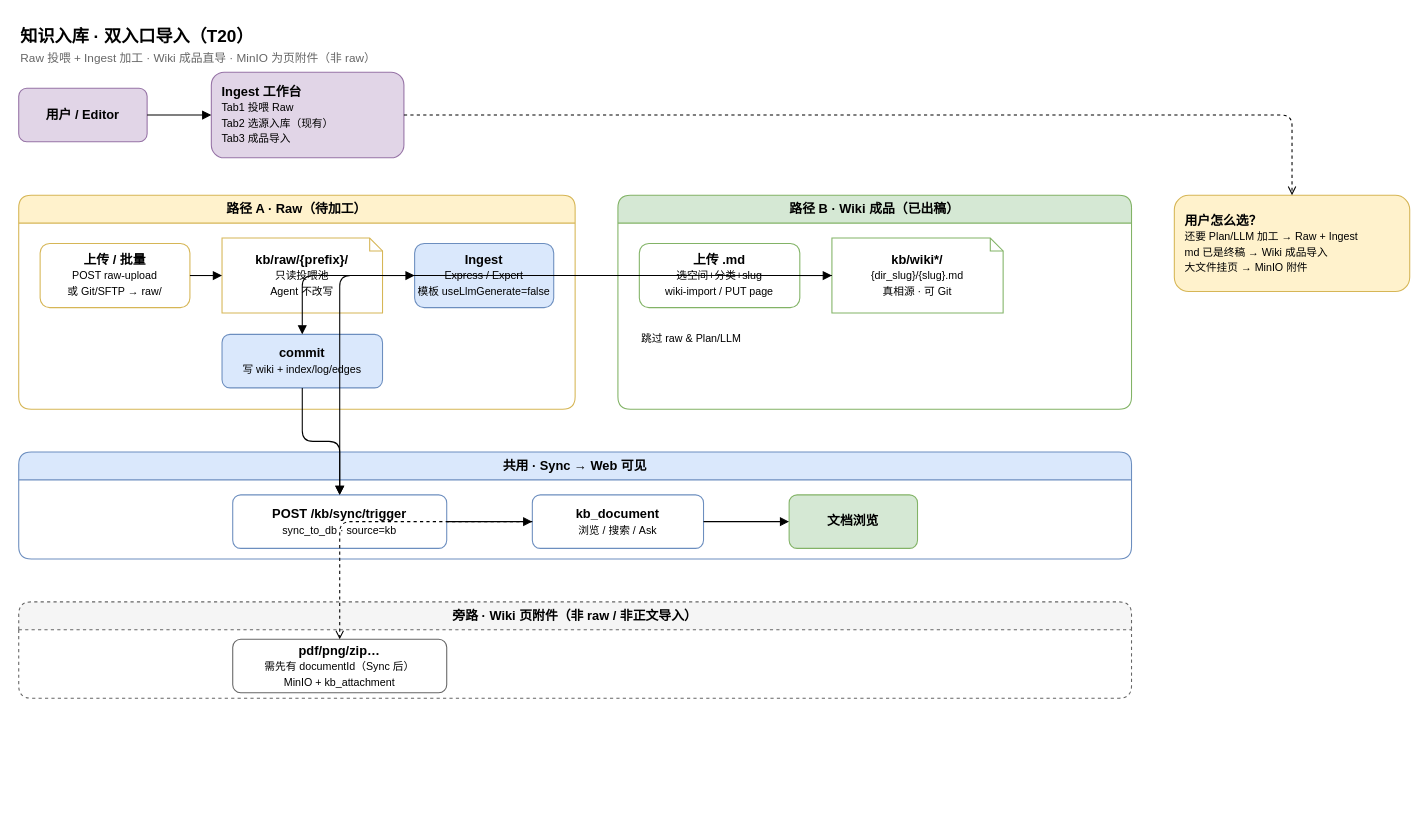
Before: docs/diagrams/moli-kb-import-entry.drawio in wujinsen/moli-project-distribute, a draw.io diagram. Source tidied: cells renumbered, new cells numbered last; positions are measured from the earlier drawing's top-left corner, leaving out a move shared by most shapes. Both pictures are drawn from the tidied source at 107%, with x=0, y=0 at pixel (18, 18).
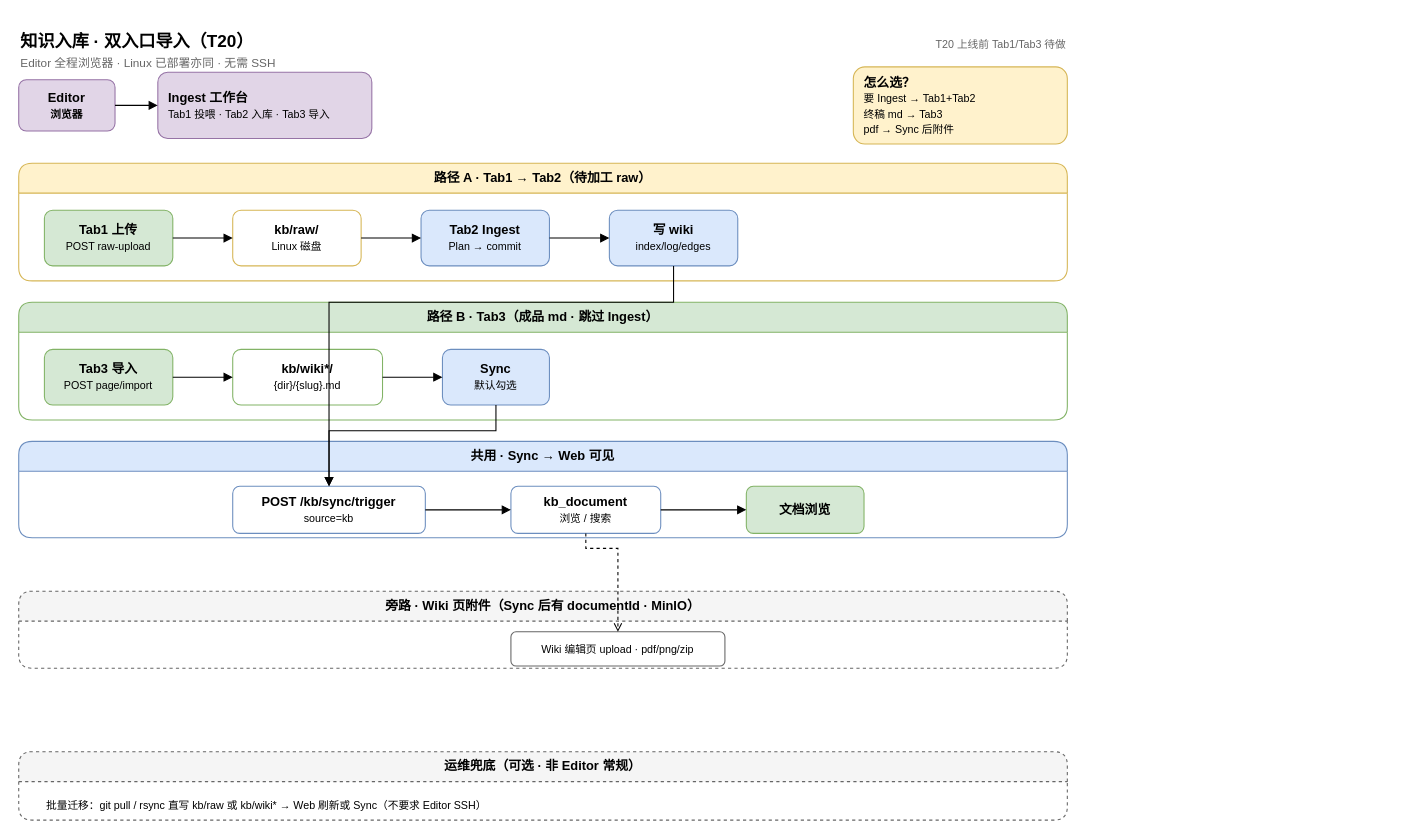
The same diagram, later.

Diff of the diagram source:
```diff
@@
-    <mxCell id="2" value="&lt;b&gt;知识入库 · 双入口导入（T20）&lt;/b&gt;&lt;br&gt;&lt;font style=&quot;font-size:11px;color:#666;&quot;&gt;Raw 投喂 + Ingest 加工 · Wiki 成品直导 · MinIO 为页附件（非 raw）&lt;/font&gt;" style="text;html=1;strokeColor=none;fillColor=none;align=left;verticalAlign=top;fontSize=16;" parent="1" vertex="1">
-      <mxGeometry width="720" height="45" as="geometry" />
+    <mxCell id="2" value="&lt;b&gt;知识入库 · 双入口导入（T20）&lt;/b&gt;&lt;br&gt;&lt;font style=&quot;font-size:11px;color:#666;&quot;&gt;Editor 全程浏览器 · Linux 已部署亦同 · 无需 SSH&lt;/font&gt;" style="text;html=1;strokeColor=none;fillColor=none;align=left;verticalAlign=top;fontSize=16;" parent="1" vertex="1">
+      <mxGeometry y="5" width="560" height="40" as="geometry" />
     </mxCell>
+    <mxCell id="32" value="&lt;font style=&quot;font-size:10px;color:#666;&quot;&gt;T20 上线前 Tab1/Tab3 待做&lt;/font&gt;" style="text;html=1;strokeColor=none;fillColor=none;align=right;" parent="1" vertex="1">
+      <mxGeometry x="780" y="10" width="200" height="24" as="geometry" />
+    </mxCell>
+    <mxCell id="30" value="&lt;b&gt;怎么选？&lt;/b&gt;&lt;br&gt;&lt;font style=&quot;font-size:10px;&quot;&gt;要 Ingest → Tab1+Tab2&lt;br&gt;终稿 md → Tab3&lt;br&gt;pdf → Sync 后附件&lt;/font&gt;" style="rounded=1;whiteSpace=wrap;html=1;fillColor=#fff2cc;strokeColor=#d6b656;align=left;spacingLeft=8;" parent="1" vertex="1">
+      <mxGeometry x="780" y="45" width="200" height="72" as="geometry" />
+    </mxCell>
-    <mxCell id="3" value="&lt;b&gt;用户 / Editor&lt;/b&gt;" style="rounded=1;whiteSpace=wrap;html=1;fillColor=#e1d5e7;strokeColor=#9673a6;fontStyle=1;" parent="1" vertex="1">
-      <mxGeometry y="65" width="120" height="50" as="geometry" />
+    <mxCell id="3" value="&lt;b&gt;Editor&lt;/b&gt;&lt;br&gt;&lt;font style=&quot;font-size:10px;&quot;&gt;浏览器&lt;/font&gt;" style="rounded=1;whiteSpace=wrap;html=1;fillColor=#e1d5e7;strokeColor=#9673a6;fontStyle=1;" parent="1" vertex="1">
+      <mxGeometry y="57" width="90" height="48" as="geometry" />
     </mxCell>
-    <mxCell id="4" value="&lt;b&gt;Ingest 工作台&lt;/b&gt;&lt;br&gt;&lt;font style=&quot;font-size:10px;&quot;&gt;Tab1 投喂 Raw&lt;br&gt;Tab2 选源入库（现有）&lt;br&gt;Tab3 成品导入&lt;/font&gt;" style="rounded=1;whiteSpace=wrap;html=1;fillColor=#e1d5e7;strokeColor=#9673a6;align=left;spacingLeft=8;" parent="1" vertex="1">
-      <mxGeometry x="180" y="50" width="180" height="80" as="geometry" />
+    <mxCell id="4" value="&lt;b&gt;Ingest 工作台&lt;/b&gt;&lt;br&gt;&lt;font style=&quot;font-size:10px;&quot;&gt;Tab1 投喂 · Tab2 入库 · Tab3 导入&lt;/font&gt;" style="rounded=1;whiteSpace=wrap;html=1;fillColor=#e1d5e7;strokeColor=#9673a6;align=left;spacingLeft=8;" parent="1" vertex="1">
+      <mxGeometry x="130" y="50" width="200" height="62" as="geometry" />
     </mxCell>
-    <mxCell id="5" style="edgeStyle=orthogonalEdgeStyle;rounded=0;endArrow=block;" parent="1" edge="1" source="3" target="4">
+    <mxCell id="5" style="edgeStyle=orthogonalEdgeStyle;endArrow=block;rounded=0;" parent="1" edge="1" source="3" target="4">
       <mxGeometry relative="1" as="geometry" />
     </mxCell>
-    <mxCell id="6" value="路径 A · Raw（待加工）" style="swimlane;whiteSpace=wrap;html=1;fillColor=#fff2cc;strokeColor=#d6b656;startSize=26;fontStyle=1;rounded=1;" parent="1" vertex="1">
-      <mxGeometry y="165" width="520" height="200" as="geometry" />
+    <mxCell id="6" value="路径 A · Tab1 → Tab2（待加工 raw）" style="swimlane;whiteSpace=wrap;html=1;fillColor=#fff2cc;strokeColor=#d6b656;startSize=28;fontStyle=1;rounded=1;" parent="1" vertex="1">
+      <mxGeometry y="135" width="980" height="110" as="geometry" />
     </mxCell>
-    <mxCell id="7" value="&lt;b&gt;上传 / 批量&lt;/b&gt;&lt;br&gt;&lt;font style=&quot;font-size:10px;&quot;&gt;POST raw-upload&lt;br&gt;或 Git/SFTP → raw/&lt;/font&gt;" style="rounded=1;whiteSpace=wrap;html=1;fillColor=#ffffff;strokeColor=#d6b656;" parent="6" vertex="1">
-      <mxGeometry x="20" y="45" width="140" height="60" as="geometry" />
+    <mxCell id="7" value="&lt;b&gt;Tab1 上传&lt;/b&gt;&lt;br&gt;&lt;font style=&quot;font-size:10px;&quot;&gt;POST raw-upload&lt;/font&gt;" style="rounded=1;whiteSpace=wrap;html=1;fillColor=#d5e8d4;strokeColor=#82b366;" parent="6" vertex="1">
+      <mxGeometry x="24" y="44" width="120" height="52" as="geometry" />
     </mxCell>
-    <mxCell id="8" value="&lt;b&gt;kb/raw/{prefix}/&lt;/b&gt;&lt;br&gt;&lt;font style=&quot;font-size:10px;&quot;&gt;只读投喂池&lt;br&gt;Agent 不改写&lt;/font&gt;" style="shape=note;whiteSpace=wrap;html=1;backgroundOutline=1;fillColor=#ffffff;strokeColor=#d6b656;size=12;" parent="6" vertex="1">
-      <mxGeometry x="190" y="40" width="150" height="70" as="geometry" />
+    <mxCell id="8" value="&lt;b&gt;kb/raw/&lt;/b&gt;&lt;br&gt;&lt;font style=&quot;font-size:10px;&quot;&gt;Linux 磁盘&lt;/font&gt;" style="rounded=1;whiteSpace=wrap;html=1;fillColor=#ffffff;strokeColor=#d6b656;" parent="6" vertex="1">
+      <mxGeometry x="200" y="44" width="120" height="52" as="geometry" />
     </mxCell>
-    <mxCell id="9" value="&lt;b&gt;Ingest&lt;/b&gt;&lt;br&gt;&lt;font style=&quot;font-size:10px;&quot;&gt;Express / Expert&lt;br&gt;模板 useLlmGenerate=false&lt;/font&gt;" style="rounded=1;whiteSpace=wrap;html=1;fillColor=#dae8fc;strokeColor=#6c8ebf;" parent="6" vertex="1">
-      <mxGeometry x="370" y="45" width="130" height="60" as="geometry" />
-    </mxCell>
+    <mxCell id="33" value="&lt;b&gt;Tab2 Ingest&lt;/b&gt;&lt;br&gt;&lt;font style=&quot;font-size:10px;&quot;&gt;Plan → commit&lt;/font&gt;" style="rounded=1;whiteSpace=wrap;html=1;fillColor=#dae8fc;strokeColor=#6c8ebf;" parent="6" vertex="1">
+      <mxGeometry x="376" y="44" width="120" height="52" as="geometry" />
+    </mxCell>
-    <mxCell id="10" value="&lt;b&gt;commit&lt;/b&gt;&lt;br&gt;&lt;font style=&quot;font-size:10px;&quot;&gt;写 wiki + index/log/edges&lt;/font&gt;" style="rounded=1;whiteSpace=wrap;html=1;fillColor=#dae8fc;strokeColor=#6c8ebf;" parent="6" vertex="1">
-      <mxGeometry x="190" y="130" width="150" height="50" as="geometry" />
+    <mxCell id="10" value="&lt;b&gt;写 wiki&lt;/b&gt;&lt;br&gt;&lt;font style=&quot;font-size:10px;&quot;&gt;index/log/edges&lt;/font&gt;" style="rounded=1;whiteSpace=wrap;html=1;fillColor=#dae8fc;strokeColor=#6c8ebf;" parent="6" vertex="1">
+      <mxGeometry x="552" y="44" width="120" height="52" as="geometry" />
     </mxCell>
-    <mxCell id="11" style="edgeStyle=orthogonalEdgeStyle;endArrow=block;" parent="6" edge="1" source="7" target="8">
+    <mxCell id="11" style="edgeStyle=orthogonalEdgeStyle;endArrow=block;rounded=0;" parent="6" edge="1" source="7" target="8">
       <mxGeometry relative="1" as="geometry" />
     </mxCell>
-    <mxCell id="12" style="edgeStyle=orthogonalEdgeStyle;endArrow=block;" parent="6" edge="1" source="8" target="9">
+    <mxCell id="12" style="edgeStyle=orthogonalEdgeStyle;endArrow=block;rounded=0;" parent="6" edge="1" source="8" target="33">
       <mxGeometry relative="1" as="geometry" />
     </mxCell>
-    <mxCell id="13" style="edgeStyle=orthogonalEdgeStyle;endArrow=block;" parent="6" edge="1" source="9" target="10">
+    <mxCell id="13" style="edgeStyle=orthogonalEdgeStyle;endArrow=block;rounded=0;" parent="6" edge="1" source="33" target="10">
       <mxGeometry relative="1" as="geometry" />
     </mxCell>
-    <mxCell id="14" value="路径 B · Wiki 成品（已出稿）" style="swimlane;whiteSpace=wrap;html=1;fillColor=#d5e8d4;strokeColor=#82b366;startSize=26;fontStyle=1;rounded=1;" parent="1" vertex="1">
-      <mxGeometry x="560" y="165" width="480" height="200" as="geometry" />
+    <mxCell id="14" value="路径 B · Tab3（成品 md · 跳过 Ingest）" style="swimlane;whiteSpace=wrap;html=1;fillColor=#d5e8d4;strokeColor=#82b366;startSize=28;fontStyle=1;rounded=1;" parent="1" vertex="1">
+      <mxGeometry y="265" width="980" height="110" as="geometry" />
     </mxCell>
-    <mxCell id="15" value="&lt;b&gt;上传 .md&lt;/b&gt;&lt;br&gt;&lt;font style=&quot;font-size:10px;&quot;&gt;选空间+分类+slug&lt;br&gt;wiki-import / PUT page&lt;/font&gt;" style="rounded=1;whiteSpace=wrap;html=1;fillColor=#ffffff;strokeColor=#82b366;" parent="14" vertex="1">
-      <mxGeometry x="20" y="45" width="150" height="60" as="geometry" />
+    <mxCell id="15" value="&lt;b&gt;Tab3 导入&lt;/b&gt;&lt;br&gt;&lt;font style=&quot;font-size:10px;&quot;&gt;POST page/import&lt;/font&gt;" style="rounded=1;whiteSpace=wrap;html=1;fillColor=#d5e8d4;strokeColor=#82b366;" parent="14" vertex="1">
+      <mxGeometry x="24" y="44" width="120" height="52" as="geometry" />
     </mxCell>
-    <mxCell id="16" value="&lt;b&gt;kb/wiki*/&lt;/b&gt;&lt;br&gt;&lt;font style=&quot;font-size:10px;&quot;&gt;{dir_slug}/{slug}.md&lt;br&gt;真相源 · 可 Git&lt;/font&gt;" style="shape=note;whiteSpace=wrap;html=1;backgroundOutline=1;fillColor=#ffffff;strokeColor=#82b366;size=12;" parent="14" vertex="1">
-      <mxGeometry x="200" y="40" width="160" height="70" as="geometry" />
+    <mxCell id="16" value="&lt;b&gt;kb/wiki*/&lt;/b&gt;&lt;br&gt;&lt;font style=&quot;font-size:10px;&quot;&gt;{dir}/{slug}.md&lt;/font&gt;" style="rounded=1;whiteSpace=wrap;html=1;fillColor=#ffffff;strokeColor=#82b366;" parent="14" vertex="1">
+      <mxGeometry x="200" y="44" width="140" height="52" as="geometry" />
     </mxCell>
-    <mxCell id="17" value="&lt;font style=&quot;font-size:10px;&quot;&gt;跳过 raw &amp; Plan/LLM&lt;/font&gt;" style="text;html=1;strokeColor=none;fillColor=none;" parent="14" vertex="1">
-      <mxGeometry x="20" y="120" width="140" height="30" as="geometry" />
-    </mxCell>
+    <mxCell id="34" value="&lt;b&gt;Sync&lt;/b&gt;&lt;br&gt;&lt;font style=&quot;font-size:10px;&quot;&gt;默认勾选&lt;/font&gt;" style="rounded=1;whiteSpace=wrap;html=1;fillColor=#dae8fc;strokeColor=#6c8ebf;" parent="14" vertex="1">
+      <mxGeometry x="396" y="44" width="100" height="52" as="geometry" />
+    </mxCell>
-    <mxCell id="18" style="edgeStyle=orthogonalEdgeStyle;endArrow=block;" parent="14" edge="1" source="15" target="16">
+    <mxCell id="18" style="edgeStyle=orthogonalEdgeStyle;endArrow=block;rounded=0;" parent="14" edge="1" source="15" target="16">
       <mxGeometry relative="1" as="geometry" />
     </mxCell>
+    <mxCell id="35" style="edgeStyle=orthogonalEdgeStyle;endArrow=block;rounded=0;" parent="14" edge="1" source="16" target="34">
+      <mxGeometry relative="1" as="geometry" />
+    </mxCell>
-    <mxCell id="19" value="共用 · Sync → Web 可见" style="swimlane;whiteSpace=wrap;html=1;fillColor=#dae8fc;strokeColor=#6c8ebf;startSize=26;fontStyle=1;rounded=1;" parent="1" vertex="1">
-      <mxGeometry y="405" width="1040" height="100" as="geometry" />
+    <mxCell id="19" value="共用 · Sync → Web 可见" style="swimlane;whiteSpace=wrap;html=1;fillColor=#dae8fc;strokeColor=#6c8ebf;startSize=28;fontStyle=1;rounded=1;" parent="1" vertex="1">
+      <mxGeometry y="395" width="980" height="90" as="geometry" />
     </mxCell>
-    <mxCell id="20" value="&lt;b&gt;POST /kb/sync/trigger&lt;/b&gt;&lt;br&gt;&lt;font style=&quot;font-size:10px;&quot;&gt;sync_to_db · source=kb&lt;/font&gt;" style="rounded=1;whiteSpace=wrap;html=1;fillColor=#ffffff;strokeColor=#6c8ebf;" parent="19" vertex="1">
-      <mxGeometry x="200" y="40" width="200" height="50" as="geometry" />
+    <mxCell id="20" value="&lt;b&gt;POST /kb/sync/trigger&lt;/b&gt;&lt;br&gt;&lt;font style=&quot;font-size:10px;&quot;&gt;source=kb&lt;/font&gt;" style="rounded=1;whiteSpace=wrap;html=1;fillColor=#ffffff;strokeColor=#6c8ebf;" parent="19" vertex="1">
+      <mxGeometry x="200" y="42" width="180" height="44" as="geometry" />
     </mxCell>
-    <mxCell id="21" value="&lt;b&gt;kb_document&lt;/b&gt;&lt;br&gt;&lt;font style=&quot;font-size:10px;&quot;&gt;浏览 / 搜索 / Ask&lt;/font&gt;" style="rounded=1;whiteSpace=wrap;html=1;fillColor=#ffffff;strokeColor=#6c8ebf;" parent="19" vertex="1">
-      <mxGeometry x="480" y="40" width="160" height="50" as="geometry" />
+    <mxCell id="21" value="&lt;b&gt;kb_document&lt;/b&gt;&lt;br&gt;&lt;font style=&quot;font-size:10px;&quot;&gt;浏览 / 搜索&lt;/font&gt;" style="rounded=1;whiteSpace=wrap;html=1;fillColor=#ffffff;strokeColor=#6c8ebf;" parent="19" vertex="1">
+      <mxGeometry x="460" y="42" width="140" height="44" as="geometry" />
     </mxCell>
     <mxCell id="22" value="&lt;b&gt;文档浏览&lt;/b&gt;" style="rounded=1;whiteSpace=wrap;html=1;fillColor=#d5e8d4;strokeColor=#82b366;" parent="19" vertex="1">
-      <mxGeometry x="720" y="40" width="120" height="50" as="geometry" />
+      <mxGeometry x="680" y="42" width="110" height="44" as="geometry" />
     </mxCell>
-    <mxCell id="23" style="edgeStyle=orthogonalEdgeStyle;endArrow=block;" parent="19" edge="1" source="20" target="21">
+    <mxCell id="23" style="edgeStyle=orthogonalEdgeStyle;endArrow=block;rounded=0;" parent="19" edge="1" source="20" target="21">
       <mxGeometry relative="1" as="geometry" />
     </mxCell>
-    <mxCell id="24" style="edgeStyle=orthogonalEdgeStyle;endArrow=block;" parent="19" edge="1" source="21" target="22">
+    <mxCell id="24" style="edgeStyle=orthogonalEdgeStyle;endArrow=block;rounded=0;" parent="19" edge="1" source="21" target="22">
       <mxGeometry relative="1" as="geometry" />
     </mxCell>
-    <mxCell id="25" style="edgeStyle=orthogonalEdgeStyle;endArrow=block;" parent="1" edge="1" source="10" target="20">
-      <mxGeometry relative="1" as="geometry" />
+    <mxCell id="25" style="edgeStyle=orthogonalEdgeStyle;endArrow=block;rounded=0;exitX=0.5;exitY=1;exitDx=0;exitDy=0;entryX=0.5;entryY=0;entryDx=0;entryDy=0;" parent="1" edge="1" source="10" target="20">
+      <mxGeometry relative="1" as="geometry">
+        <Array as="points">
+          <mxPoint x="612" y="265" />
+          <mxPoint x="290" y="265" />
+          <mxPoint x="290" y="395" />
+        </Array>
+      </mxGeometry>
     </mxCell>
-    <mxCell id="26" style="edgeStyle=orthogonalEdgeStyle;endArrow=block;" parent="1" edge="1" source="16" target="20">
-      <mxGeometry relative="1" as="geometry" />
+    <mxCell id="26" style="edgeStyle=orthogonalEdgeStyle;endArrow=block;rounded=0;exitX=0.5;exitY=1;exitDx=0;exitDy=0;entryX=0.5;entryY=0;entryDx=0;entryDy=0;" parent="1" edge="1" source="34" target="20">
+      <mxGeometry relative="1" as="geometry">
+        <Array as="points">
+          <mxPoint x="446" y="385" />
+          <mxPoint x="290" y="385" />
+        </Array>
+      </mxGeometry>
     </mxCell>
-    <mxCell id="27" value="旁路 · Wiki 页附件（非 raw / 非正文导入）" style="swimlane;whiteSpace=wrap;html=1;fillColor=#f5f5f5;strokeColor=#666666;startSize=26;fontStyle=1;rounded=1;dashed=1;" parent="1" vertex="1">
-      <mxGeometry y="545" width="1040" height="90" as="geometry" />
+    <mxCell id="27" value="旁路 · Wiki 页附件（Sync 后有 documentId · MinIO）" style="swimlane;whiteSpace=wrap;html=1;fillColor=#f5f5f5;strokeColor=#666666;startSize=28;fontStyle=1;rounded=1;dashed=1;" parent="1" vertex="1">
+      <mxGeometry y="535" width="980" height="72" as="geometry" />
     </mxCell>
-    <mxCell id="28" value="&lt;b&gt;pdf/png/zip…&lt;/b&gt;&lt;br&gt;&lt;font style=&quot;font-size:10px;&quot;&gt;需先有 documentId（Sync 后）&lt;br&gt;MinIO + kb_attachment&lt;/font&gt;" style="rounded=1;whiteSpace=wrap;html=1;fillColor=#ffffff;strokeColor=#666666;" parent="27" vertex="1">
-      <mxGeometry x="200" y="35" width="200" height="50" as="geometry" />
+    <mxCell id="28" value="&lt;font style=&quot;font-size:10px;&quot;&gt;Wiki 编辑页 upload · pdf/png/zip&lt;/font&gt;" style="rounded=1;whiteSpace=wrap;html=1;fillColor=#ffffff;strokeColor=#666666;" parent="27" vertex="1">
+      <mxGeometry x="460" y="38" width="200" height="32" as="geometry" />
     </mxCell>
-    <mxCell id="29" style="edgeStyle=orthogonalEdgeStyle;dashed=1;endArrow=open;" parent="1" edge="1" source="21" target="28">
-      <mxGeometry relative="1" as="geometry" />
+    <mxCell id="29" style="edgeStyle=orthogonalEdgeStyle;dashed=1;endArrow=open;rounded=0;exitX=0.5;exitY=1;entryX=0.5;entryY=0;" parent="1" edge="1" source="21" target="28">
+      <mxGeometry relative="1" as="geometry">
+        <Array as="points">
+          <mxPoint x="530" y="495" />
+        </Array>
+      </mxGeometry>
     </mxCell>
-    <mxCell id="30" value="&lt;b&gt;用户怎么选？&lt;/b&gt;&lt;br&gt;&lt;font style=&quot;font-size:10px;&quot;&gt;还要 Plan/LLM 加工 → Raw + Ingest&lt;br&gt;md 已是终稿 → Wiki 成品导入&lt;br&gt;大文件挂页 → MinIO 附件&lt;/font&gt;" style="rounded=1;whiteSpace=wrap;html=1;fillColor=#fff2cc;strokeColor=#d6b656;align=left;spacingLeft=8;" parent="1" vertex="1">
-      <mxGeometry x="1080" y="165" width="220" height="90" as="geometry" />
-    </mxCell>
-    <mxCell id="31" style="edgeStyle=orthogonalEdgeStyle;dashed=1;endArrow=open;" parent="1" edge="1" source="4" target="30">
-      <mxGeometry relative="1" as="geometry" />
-    </mxCell>
+    <mxCell id="36" value="运维兜底（可选 · 非 Editor 常规）" style="swimlane;whiteSpace=wrap;html=1;fillColor=#f5f5f5;strokeColor=#666666;startSize=28;fontStyle=1;rounded=1;dashed=1;" parent="1" vertex="1">
+      <mxGeometry y="685" width="980" height="64" as="geometry" />
+    </mxCell>
+    <mxCell id="37" value="&lt;font style=&quot;font-size:10px;&quot;&gt;批量迁移：git pull / rsync 直写 kb/raw 或 kb/wiki* → Web 刷新或 Sync（不要求 Editor SSH）&lt;/font&gt;" style="text;html=1;strokeColor=none;fillColor=none;align=left;" parent="36" vertex="1">
+      <mxGeometry x="24" y="36" width="920" height="24" as="geometry" />
+    </mxCell>
```
